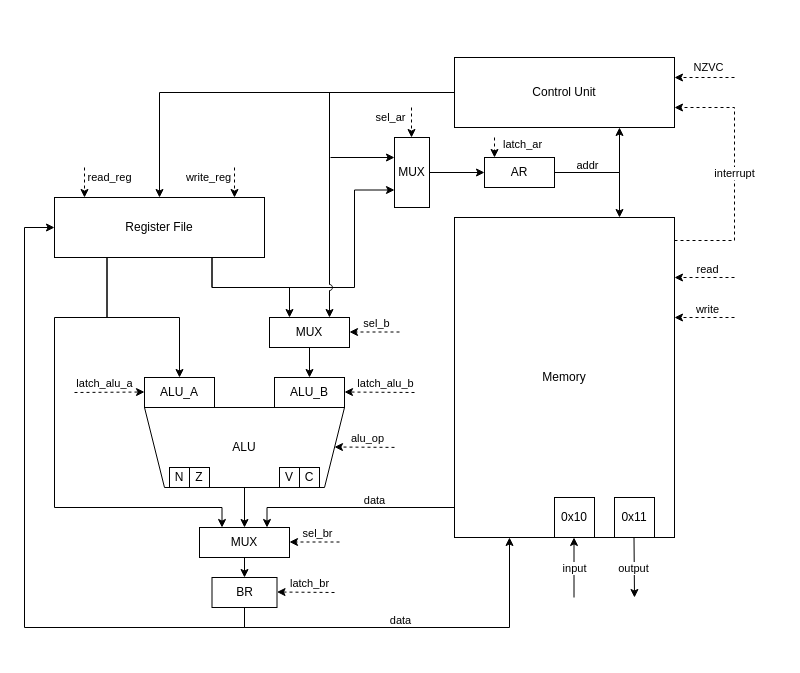
The draw.io diagram media/source/data_path.drawio in tenolly/csa-machine, before the edit. Source tidied: cells renumbered, new cells numbered last; positions are measured from the earlier drawing's top-left corner, leaving out a move shared by most shapes. Both pictures are drawn from the tidied source at 100%, with x=0, y=0 at pixel (24, 57).
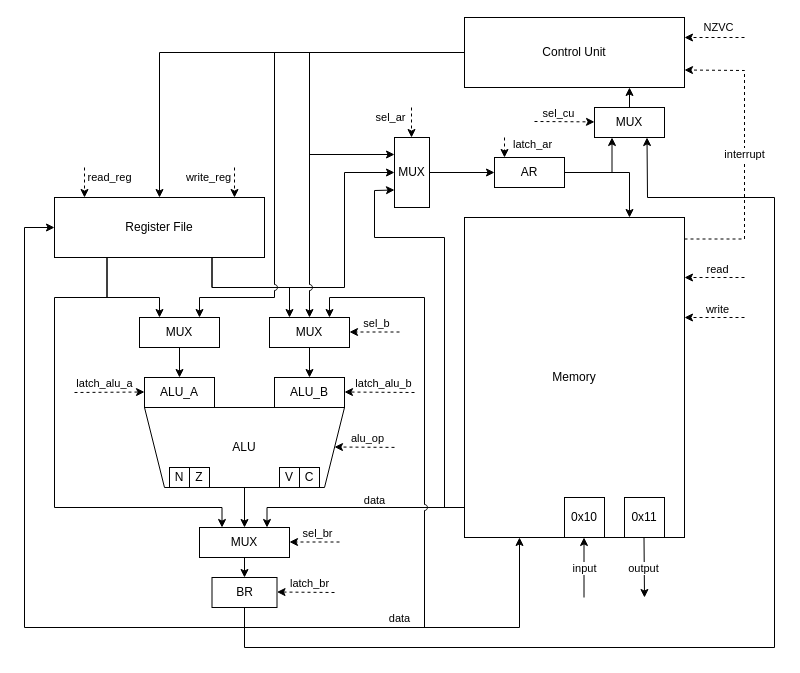
The same diagram, later.

The change refers to these unchanged cells:
```xml
<mxCell id="7" value="ALU_A" style="rounded=0;whiteSpace=wrap;html=1;" parent="1" vertex="1">
  <mxGeometry x="120" y="320" width="70" height="30" as="geometry" />
</mxCell>
<mxCell id="9" value="MUX" style="rounded=0;whiteSpace=wrap;html=1;" parent="1" vertex="1">
  <mxGeometry x="175" y="470" width="90" height="30" as="geometry" />
</mxCell>
<mxCell id="17" value="MUX" style="rounded=0;whiteSpace=wrap;html=1;" parent="1" vertex="1">
  <mxGeometry x="245" y="260" width="80" height="30" as="geometry" />
</mxCell>
<mxCell id="20" value="BR" style="rounded=0;whiteSpace=wrap;html=1;" parent="1" vertex="1">
  <mxGeometry x="187.5" y="520" width="65" height="30" as="geometry" />
</mxCell>
<mxCell id="25" value="Register File" style="rounded=0;whiteSpace=wrap;html=1;" parent="1" vertex="1">
  <mxGeometry x="30" y="140" width="210" height="60" as="geometry" />
</mxCell>
<mxCell id="27" value="MUX" style="rounded=0;whiteSpace=wrap;html=1;" parent="1" vertex="1">
  <mxGeometry x="370" y="80" width="35" height="70" as="geometry" />
</mxCell>
<mxCell id="60" style="endArrow=classic;html=1;rounded=0;dashed=1;" parent="1" edge="1">
  <mxGeometry relative="1" as="geometry">
    <mxPoint x="390" y="335" as="sourcePoint" />
    <mxPoint x="320" y="334.5" as="targetPoint" />
  </mxGeometry>
</mxCell>
```

Diff of the diagram source:
```diff
@@
     <mxCell id="3" value="Control Unit" style="rounded=0;whiteSpace=wrap;html=1;" parent="1" vertex="1">
-      <mxGeometry x="430" width="220" height="70" as="geometry" />
+      <mxGeometry x="440" y="-40" width="220" height="70" as="geometry" />
     </mxCell>
@@
     <mxCell id="10" style="edgeStyle=orthogonalEdgeStyle;rounded=0;jettySize=auto;html=1;exitX=0;exitY=0.75;exitDx=0;exitDy=0;entryX=0.75;entryY=0;entryDx=0;entryDy=0;" parent="1" edge="1" source="11" target="9">
       <mxGeometry relative="1" as="geometry">
         <Array as="points">
-          <mxPoint x="430" y="450" />
+          <mxPoint x="440" y="450" />
           <mxPoint x="243" y="450" />
         </Array>
       </mxGeometry>
     </mxCell>
     <mxCell id="11" value="Memory" style="rounded=0;whiteSpace=wrap;html=1;" parent="1" vertex="1">
-      <mxGeometry x="430" y="160" width="220" height="320" as="geometry" />
+      <mxGeometry x="440" y="160" width="220" height="320" as="geometry" />
     </mxCell>
@@
-    <mxCell id="13" style="edgeStyle=orthogonalEdgeStyle;rounded=0;jettySize=auto;html=1;exitX=1;exitY=0.5;exitDx=0;exitDy=0;entryX=0.75;entryY=1;entryDx=0;entryDy=0;" parent="1" edge="1" source="15" target="3">
-      <mxGeometry relative="1" as="geometry" />
-    </mxCell>
-    <mxCell id="14" value="addr" style="edgeLabel;html=1;align=center;verticalAlign=middle;" parent="13" vertex="1">
-      <mxGeometry x="-0.51" y="1" relative="1" as="geometry">
-        <mxPoint x="5" y="-7" as="offset" />
-      </mxGeometry>
-    </mxCell>
+    <mxCell id="70" style="edgeStyle=orthogonalEdgeStyle;rounded=0;jettySize=auto;html=1;exitX=1;exitY=0.5;exitDx=0;exitDy=0;entryX=0.25;entryY=1;entryDx=0;entryDy=0;" parent="1" edge="1" source="15" target="77">
+      <mxGeometry relative="1" as="geometry" />
+    </mxCell>
     <mxCell id="15" value="AR" style="rounded=0;whiteSpace=wrap;html=1;" parent="1" vertex="1">
-      <mxGeometry x="460" y="100" width="70" height="30" as="geometry" />
+      <mxGeometry x="470" y="100" width="70" height="30" as="geometry" />
     </mxCell>
@@
+    <mxCell id="71" style="edgeStyle=orthogonalEdgeStyle;rounded=0;jettySize=auto;html=1;exitX=0.5;exitY=1;exitDx=0;exitDy=0;entryX=0.75;entryY=0;entryDx=0;entryDy=0;jumpStyle=arc;" parent="1" edge="1" source="20" target="17">
+      <mxGeometry relative="1" as="geometry">
+        <Array as="points">
+          <mxPoint x="220" y="570" />
+          <mxPoint x="400" y="570" />
+          <mxPoint x="400" y="240" />
+          <mxPoint x="305" y="240" />
+        </Array>
+      </mxGeometry>
+    </mxCell>
@@
-    <mxCell id="22" style="edgeStyle=orthogonalEdgeStyle;rounded=0;jettySize=auto;html=1;exitX=0.25;exitY=1;exitDx=0;exitDy=0;entryX=0.5;entryY=0;entryDx=0;entryDy=0;" parent="1" edge="1" source="25" target="7">
-      <mxGeometry relative="1" as="geometry" />
-    </mxCell>
     <mxCell id="23" style="edgeStyle=orthogonalEdgeStyle;rounded=0;jettySize=auto;html=1;exitX=0.25;exitY=1;exitDx=0;exitDy=0;entryX=0.25;entryY=0;entryDx=0;entryDy=0;jumpSize=6;" parent="1" edge="1" source="25" target="9">
       <mxGeometry relative="1" as="geometry">
         <Array as="points">
-          <mxPoint x="83" y="260" />
-          <mxPoint x="30" y="260" />
+          <mxPoint x="82" y="240" />
+          <mxPoint x="30" y="240" />
           <mxPoint x="30" y="450" />
           <mxPoint x="198" y="450" />
         </Array>
       </mxGeometry>
     </mxCell>
-    <mxCell id="24" style="edgeStyle=orthogonalEdgeStyle;rounded=0;jettySize=auto;html=1;exitX=0.75;exitY=1;exitDx=0;exitDy=0;entryX=0;entryY=0.75;entryDx=0;entryDy=0;" parent="1" edge="1" source="25" target="27">
+    <mxCell id="24" style="edgeStyle=orthogonalEdgeStyle;rounded=0;jettySize=auto;html=1;exitX=0.75;exitY=1;exitDx=0;exitDy=0;entryX=0;entryY=0.5;entryDx=0;entryDy=0;" parent="1" edge="1" source="25" target="27">
       <mxGeometry relative="1" as="geometry">
         <Array as="points">
           <mxPoint x="188" y="230" />
-          <mxPoint x="330" y="230" />
-          <mxPoint x="330" y="133" />
+          <mxPoint x="320" y="230" />
+          <mxPoint x="320" y="115" />
         </Array>
       </mxGeometry>
     </mxCell>
+    <mxCell id="72" style="edgeStyle=orthogonalEdgeStyle;rounded=0;jettySize=auto;html=1;exitX=0.25;exitY=1;exitDx=0;exitDy=0;entryX=0.25;entryY=0;entryDx=0;entryDy=0;" parent="1" edge="1" source="25" target="75">
+      <mxGeometry relative="1" as="geometry">
+        <Array as="points">
+          <mxPoint x="82" y="240" />
+          <mxPoint x="135" y="240" />
+        </Array>
+      </mxGeometry>
+    </mxCell>
@@
     <mxCell id="28" style="endArrow=classic;html=1;rounded=0;dashed=1;endFill=1;" parent="1" edge="1">
       <mxGeometry relative="1" as="geometry">
-        <mxPoint x="710" y="220" as="sourcePoint" />
-        <mxPoint x="650" y="220" as="targetPoint" />
+        <mxPoint x="720" y="220" as="sourcePoint" />
+        <mxPoint x="660" y="220" as="targetPoint" />
       </mxGeometry>
     </mxCell>
@@
     <mxCell id="30" style="endArrow=classic;html=1;rounded=0;dashed=1;" parent="1" edge="1">
       <mxGeometry relative="1" as="geometry">
-        <mxPoint x="710" y="260" as="sourcePoint" />
-        <mxPoint x="650" y="260" as="targetPoint" />
+        <mxPoint x="720" y="260" as="sourcePoint" />
+        <mxPoint x="660" y="260" as="targetPoint" />
       </mxGeometry>
     </mxCell>
@@
     <mxCell id="40" style="endArrow=classic;html=1;rounded=0;dashed=1;entryX=0.25;entryY=1;entryDx=0;entryDy=0;" parent="1" edge="1">
       <mxGeometry relative="1" as="geometry">
-        <mxPoint x="710" y="20" as="sourcePoint" />
-        <mxPoint x="650" y="20" as="targetPoint" />
+        <mxPoint x="720" y="-20" as="sourcePoint" />
+        <mxPoint x="660" y="-20" as="targetPoint" />
       </mxGeometry>
     </mxCell>
@@
-    <mxCell id="42" style="endArrow=classic;html=1;rounded=0;dashed=1;" parent="1" edge="1">
+    <mxCell id="42" style="endArrow=classic;html=1;rounded=0;dashed=1;entryX=1;entryY=0.75;entryDx=0;entryDy=0;" parent="1" edge="1" target="3">
       <mxGeometry relative="1" as="geometry">
-        <mxPoint x="650" y="183" as="sourcePoint" />
-        <mxPoint x="650" y="50" as="targetPoint" />
+        <mxPoint x="660" y="181.5" as="sourcePoint" />
         <Array as="points">
-          <mxPoint x="710" y="183" />
-          <mxPoint x="710" y="120" />
-          <mxPoint x="710" y="50" />
+          <mxPoint x="720" y="181.5" />
+          <mxPoint x="720" y="118.5" />
+          <mxPoint x="720" y="13" />
         </Array>
       </mxGeometry>
     </mxCell>
@@
-    <mxCell id="44" style="edgeStyle=orthogonalEdgeStyle;rounded=0;jettySize=auto;html=1;exitX=0;exitY=0.5;exitDx=0;exitDy=0;entryX=0.75;entryY=0;entryDx=0;entryDy=0;jumpStyle=arc;" parent="1" edge="1" source="3" target="17">
-      <mxGeometry relative="1" as="geometry" />
-    </mxCell>
-    <mxCell id="45" style="endArrow=classic;html=1;rounded=0;" parent="1" edge="1">
-      <mxGeometry relative="1" as="geometry">
-        <mxPoint x="306" y="100" as="sourcePoint" />
-        <mxPoint x="370" y="100" as="targetPoint" />
-      </mxGeometry>
-    </mxCell>
     <mxCell id="46" value="0x11" style="rounded=0;whiteSpace=wrap;html=1;" parent="1" vertex="1">
-      <mxGeometry x="590" y="440" width="40" height="40" as="geometry" />
+      <mxGeometry x="600" y="440" width="40" height="40" as="geometry" />
     </mxCell>
     <mxCell id="47" value="0x10" style="rounded=0;whiteSpace=wrap;html=1;" parent="1" vertex="1">
-      <mxGeometry x="530" y="440" width="40" height="40" as="geometry" />
+      <mxGeometry x="540" y="440" width="40" height="40" as="geometry" />
     </mxCell>
     <mxCell id="48" style="endArrow=classic;html=1;rounded=0;" parent="1" edge="1">
       <mxGeometry relative="1" as="geometry">
-        <mxPoint x="549.5" y="540" as="sourcePoint" />
-        <mxPoint x="549.5" y="480" as="targetPoint" />
+        <mxPoint x="559.5" y="540" as="sourcePoint" />
+        <mxPoint x="559.5" y="480" as="targetPoint" />
       </mxGeometry>
     </mxCell>
@@
     <mxCell id="50" style="endArrow=classic;html=1;rounded=0;" parent="1" edge="1">
       <mxGeometry relative="1" as="geometry">
-        <mxPoint x="609.5" y="480" as="sourcePoint" />
-        <mxPoint x="610" y="540" as="targetPoint" />
+        <mxPoint x="619.5" y="480" as="sourcePoint" />
+        <mxPoint x="620" y="540" as="targetPoint" />
       </mxGeometry>
     </mxCell>
@@
     <mxCell id="52" style="endArrow=classic;html=1;rounded=0;dashed=1;" parent="1" edge="1">
       <mxGeometry relative="1" as="geometry">
-        <mxPoint x="470" y="80" as="sourcePoint" />
-        <mxPoint x="470" y="100" as="targetPoint" />
+        <mxPoint x="480" y="80" as="sourcePoint" />
+        <mxPoint x="480" y="100" as="targetPoint" />
       </mxGeometry>
     </mxCell>
@@
     <mxCell id="61" value="latch_alu_b" style="edgeLabel;html=1;align=center;verticalAlign=middle;" parent="60" vertex="1">
       <mxGeometry x="-0.06" y="-1" relative="1" as="geometry">
-        <mxPoint x="3" y="-8" as="offset" />
+        <mxPoint x="1" y="-8" as="offset" />
       </mxGeometry>
     </mxCell>
@@
     <mxCell id="64" value="data" style="edgeLabel;html=1;align=center;verticalAlign=middle;" parent="1" vertex="1">
-      <mxGeometry x="361" y="562" as="geometry">
+      <mxGeometry x="360" y="560" as="geometry">
         <mxPoint x="14" as="offset" />
       </mxGeometry>
     </mxCell>
@@
+    <mxCell id="73" style="endArrow=classic;html=1;rounded=0;entryX=0;entryY=0.75;entryDx=0;entryDy=0;" parent="1" edge="1" target="27">
+      <mxGeometry relative="1" as="geometry">
+        <mxPoint x="430" y="450" as="sourcePoint" />
+        <Array as="points">
+          <mxPoint x="420" y="450" />
+          <mxPoint x="420" y="180" />
+          <mxPoint x="350" y="180" />
+          <mxPoint x="350" y="133" />
+        </Array>
+      </mxGeometry>
+    </mxCell>
+    <mxCell id="44" style="edgeStyle=orthogonalEdgeStyle;rounded=0;jettySize=auto;html=1;exitX=0;exitY=0.5;exitDx=0;exitDy=0;entryX=0.5;entryY=0;entryDx=0;entryDy=0;jumpStyle=arc;" parent="1" edge="1" source="3" target="17">
+      <mxGeometry relative="1" as="geometry" />
+    </mxCell>
+    <mxCell id="45" style="endArrow=classic;html=1;rounded=0;" parent="1" edge="1">
+      <mxGeometry relative="1" as="geometry">
+        <mxPoint x="285" y="97" as="sourcePoint" />
+        <mxPoint x="370" y="97" as="targetPoint" />
+      </mxGeometry>
+    </mxCell>
+    <mxCell id="74" style="edgeStyle=orthogonalEdgeStyle;rounded=0;jettySize=auto;html=1;exitX=0.5;exitY=1;exitDx=0;exitDy=0;entryX=0.5;entryY=0;entryDx=0;entryDy=0;" parent="1" edge="1" source="75" target="7">
+      <mxGeometry relative="1" as="geometry" />
+    </mxCell>
+    <mxCell id="75" value="MUX" style="rounded=0;whiteSpace=wrap;html=1;" parent="1" vertex="1">
+      <mxGeometry x="115" y="260" width="80" height="30" as="geometry" />
+    </mxCell>
+    <mxCell id="76" style="edgeStyle=orthogonalEdgeStyle;rounded=0;jettySize=auto;html=1;exitX=0.5;exitY=0;exitDx=0;exitDy=0;entryX=0.75;entryY=1;entryDx=0;entryDy=0;" parent="1" edge="1" source="77" target="3">
+      <mxGeometry relative="1" as="geometry" />
+    </mxCell>
+    <mxCell id="77" value="MUX" style="rounded=0;whiteSpace=wrap;html=1;" parent="1" vertex="1">
+      <mxGeometry x="570" y="50" width="70" height="30" as="geometry" />
+    </mxCell>
+    <mxCell id="78" style="edgeStyle=orthogonalEdgeStyle;rounded=0;jettySize=auto;html=1;exitX=0;exitY=0.5;exitDx=0;exitDy=0;entryX=0.75;entryY=0;entryDx=0;entryDy=0;jumpStyle=arc;" parent="1" edge="1" source="3" target="75">
+      <mxGeometry relative="1" as="geometry">
+        <Array as="points">
+          <mxPoint x="250" y="-5" />
+          <mxPoint x="250" y="240" />
+          <mxPoint x="175" y="240" />
+        </Array>
+      </mxGeometry>
+    </mxCell>
+    <mxCell id="79" style="endArrow=classic;html=1;rounded=0;exitX=0.5;exitY=1;exitDx=0;exitDy=0;entryX=0.75;entryY=1;entryDx=0;entryDy=0;" parent="1" edge="1" source="20" target="77">
+      <mxGeometry relative="1" as="geometry">
+        <Array as="points">
+          <mxPoint x="220" y="590" />
+          <mxPoint x="750" y="590" />
+          <mxPoint x="750" y="140" />
+          <mxPoint x="623" y="140" />
+        </Array>
+      </mxGeometry>
+    </mxCell>
+    <mxCell id="80" style="endArrow=classic;html=1;rounded=0;dashed=1;" parent="1" edge="1">
+      <mxGeometry relative="1" as="geometry">
+        <mxPoint x="510" y="64" as="sourcePoint" />
+        <mxPoint x="570" y="64.4" as="targetPoint" />
+      </mxGeometry>
+    </mxCell>
+    <mxCell id="81" value="sel_cu" style="edgeLabel;html=1;align=center;verticalAlign=middle;" parent="80" vertex="1">
+      <mxGeometry x="-0.06" y="-1" relative="1" as="geometry">
+        <mxPoint x="-4" y="-10" as="offset" />
+      </mxGeometry>
+    </mxCell>
```
